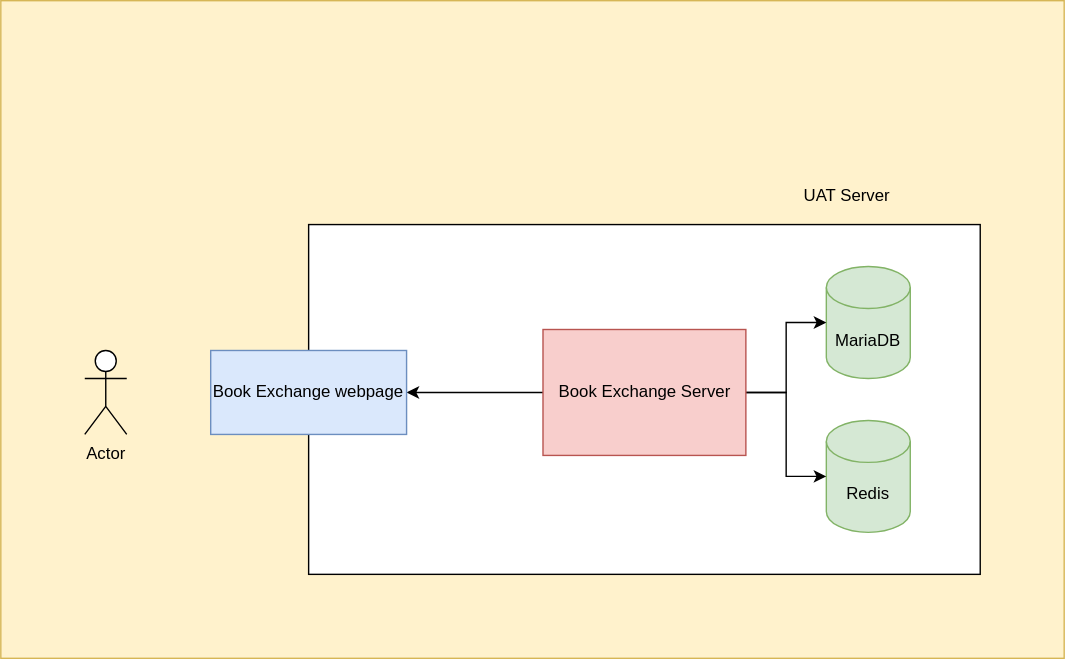
This is UML.svg from yeejiac/BookExchange_webservice, a draw.io export, as it was before one commit. Source tidied: cells renumbered, new cells last; positions are measured from the earlier drawing's top-left corner, leaving out a move shared by most shapes. Its diagram source:
```xml
<mxGraphModel>
  <root>
    <mxCell id="0" />
    <mxCell id="1" parent="0" />
    <mxCell id="2" style="rounded=0;whiteSpace=wrap;html=1;fillColor=#fff2cc;strokeColor=#d6b656;" parent="1" vertex="1">
      <mxGeometry width="760" height="470" as="geometry" />
    </mxCell>
    <mxCell id="3" style="rounded=0;whiteSpace=wrap;html=1;" parent="1" vertex="1">
      <mxGeometry x="220" y="160" width="480" height="250" as="geometry" />
    </mxCell>
    <mxCell id="4" value="MariaDB" style="shape=cylinder3;whiteSpace=wrap;html=1;boundedLbl=1;backgroundOutline=1;size=15;fillColor=#d5e8d4;strokeColor=#82b366;" parent="1" vertex="1">
      <mxGeometry x="590" y="190" width="60" height="80" as="geometry" />
    </mxCell>
    <mxCell id="5" value="Redis" style="shape=cylinder3;whiteSpace=wrap;html=1;boundedLbl=1;backgroundOutline=1;size=15;fillColor=#d5e8d4;strokeColor=#82b366;" parent="1" vertex="1">
      <mxGeometry x="590" y="300" width="60" height="80" as="geometry" />
    </mxCell>
    <mxCell id="6" style="edgeStyle=orthogonalEdgeStyle;rounded=0;jettySize=auto;html=1;" parent="1" edge="1" source="9" target="11">
      <mxGeometry relative="1" as="geometry" />
    </mxCell>
    <mxCell id="7" style="edgeStyle=orthogonalEdgeStyle;rounded=0;jettySize=auto;html=1;" parent="1" edge="1" source="9" target="4">
      <mxGeometry relative="1" as="geometry" />
    </mxCell>
    <mxCell id="8" style="edgeStyle=orthogonalEdgeStyle;rounded=0;jettySize=auto;html=1;" parent="1" edge="1" source="9" target="5">
      <mxGeometry relative="1" as="geometry" />
    </mxCell>
    <mxCell id="9" value="Book Exchange Server" style="rounded=0;whiteSpace=wrap;html=1;fillColor=#f8cecc;strokeColor=#b85450;" parent="1" vertex="1">
      <mxGeometry x="387.5" y="235" width="145" height="90" as="geometry" />
    </mxCell>
    <mxCell id="10" value="UAT Server" style="text;html=1;strokeColor=none;fillColor=none;align=center;verticalAlign=middle;whiteSpace=wrap;rounded=0;" parent="1" vertex="1">
      <mxGeometry x="550" y="130" width="110" height="20" as="geometry" />
    </mxCell>
    <mxCell id="11" value="Book Exchange webpage" style="rounded=0;whiteSpace=wrap;html=1;fillColor=#dae8fc;strokeColor=#6c8ebf;" parent="1" vertex="1">
      <mxGeometry x="150" y="250" width="140" height="60" as="geometry" />
    </mxCell>
    <mxCell id="12" value="Actor" style="shape=umlActor;verticalLabelPosition=bottom;verticalAlign=top;html=1;outlineConnect=0;" parent="1" vertex="1">
      <mxGeometry x="60" y="250" width="30" height="60" as="geometry" />
    </mxCell>
  </root>
</mxGraphModel>
```
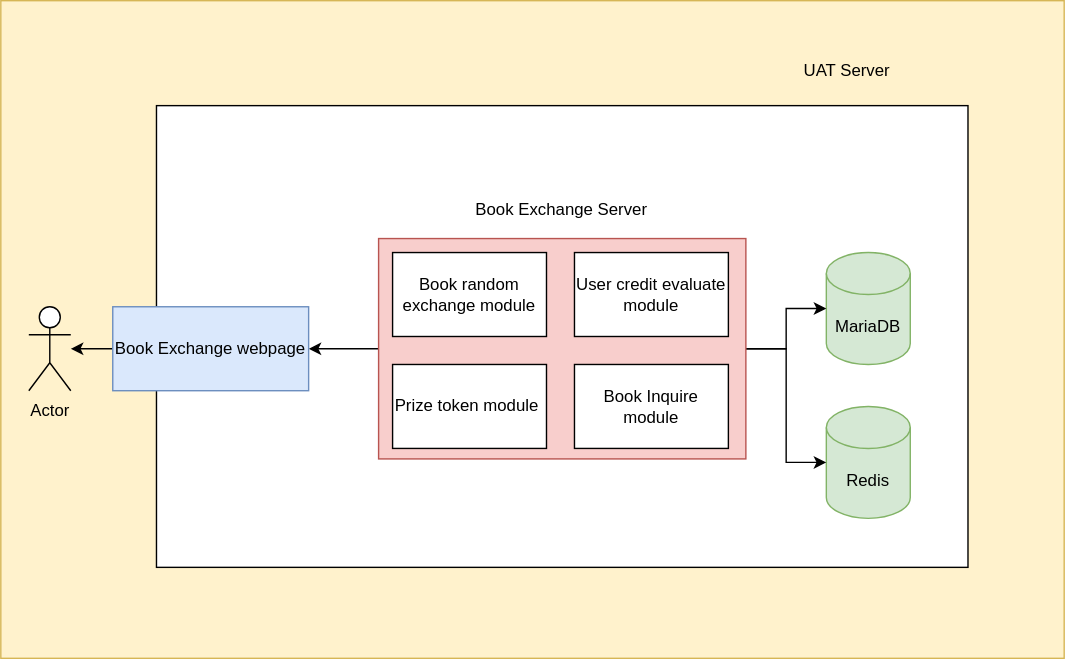
After the change.

Change to the diagram source:
```diff
@@ -3,10 +3,10 @@
     <mxCell id="0" />
     <mxCell id="1" parent="0" />
     <mxCell id="2" style="rounded=0;whiteSpace=wrap;html=1;fillColor=#fff2cc;strokeColor=#d6b656;" parent="1" vertex="1">
-      <mxGeometry width="760" height="470" as="geometry" />
+      <mxGeometry y="10" width="760" height="470" as="geometry" />
     </mxCell>
     <mxCell id="3" style="rounded=0;whiteSpace=wrap;html=1;" parent="1" vertex="1">
-      <mxGeometry x="220" y="160" width="480" height="250" as="geometry" />
+      <mxGeometry x="111.2" y="85" width="580" height="330" as="geometry" />
     </mxCell>
     <mxCell id="4" value="MariaDB" style="shape=cylinder3;whiteSpace=wrap;html=1;boundedLbl=1;backgroundOutline=1;size=15;fillColor=#d5e8d4;strokeColor=#82b366;" parent="1" vertex="1">
       <mxGeometry x="590" y="190" width="60" height="80" as="geometry" />
@@ -23,17 +23,35 @@
     <mxCell id="8" style="edgeStyle=orthogonalEdgeStyle;rounded=0;jettySize=auto;html=1;" parent="1" edge="1" source="9" target="5">
       <mxGeometry relative="1" as="geometry" />
     </mxCell>
-    <mxCell id="9" value="Book Exchange Server" style="rounded=0;whiteSpace=wrap;html=1;fillColor=#f8cecc;strokeColor=#b85450;" parent="1" vertex="1">
-      <mxGeometry x="387.5" y="235" width="145" height="90" as="geometry" />
+    <mxCell id="9" style="rounded=0;whiteSpace=wrap;html=1;fillColor=#f8cecc;strokeColor=#b85450;" parent="1" vertex="1">
+      <mxGeometry x="270" y="180" width="262.5" height="157.5" as="geometry" />
     </mxCell>
     <mxCell id="10" value="UAT Server" style="text;html=1;strokeColor=none;fillColor=none;align=center;verticalAlign=middle;whiteSpace=wrap;rounded=0;" parent="1" vertex="1">
-      <mxGeometry x="550" y="130" width="110" height="20" as="geometry" />
+      <mxGeometry x="550" y="50" width="110" height="20" as="geometry" />
     </mxCell>
+    <mxCell id="13" style="edgeStyle=orthogonalEdgeStyle;rounded=0;jettySize=auto;html=1;" parent="1" edge="1" source="11" target="12">
+      <mxGeometry relative="1" as="geometry" />
+    </mxCell>
     <mxCell id="11" value="Book Exchange webpage" style="rounded=0;whiteSpace=wrap;html=1;fillColor=#dae8fc;strokeColor=#6c8ebf;" parent="1" vertex="1">
-      <mxGeometry x="150" y="250" width="140" height="60" as="geometry" />
+      <mxGeometry x="80" y="228.8" width="140" height="60" as="geometry" />
     </mxCell>
     <mxCell id="12" value="Actor" style="shape=umlActor;verticalLabelPosition=bottom;verticalAlign=top;html=1;outlineConnect=0;" parent="1" vertex="1">
-      <mxGeometry x="60" y="250" width="30" height="60" as="geometry" />
+      <mxGeometry x="20" y="228.8" width="30" height="60" as="geometry" />
     </mxCell>
+    <mxCell id="14" value="Book Exchange Server" style="text;html=1;strokeColor=none;fillColor=none;align=center;verticalAlign=middle;whiteSpace=wrap;rounded=0;" parent="1" vertex="1">
+      <mxGeometry x="326.2" y="150" width="150" height="20" as="geometry" />
+    </mxCell>
+    <mxCell id="15" value="Book random exchange module" style="rounded=0;whiteSpace=wrap;html=1;" parent="1" vertex="1">
+      <mxGeometry x="280" y="190" width="110" height="60" as="geometry" />
+    </mxCell>
+    <mxCell id="16" value="User credit evaluate module" style="rounded=0;whiteSpace=wrap;html=1;" parent="1" vertex="1">
+      <mxGeometry x="410" y="190" width="110" height="60" as="geometry" />
+    </mxCell>
+    <mxCell id="17" value="Prize token module&amp;nbsp;" style="rounded=0;whiteSpace=wrap;html=1;" parent="1" vertex="1">
+      <mxGeometry x="280" y="270" width="110" height="60" as="geometry" />
+    </mxCell>
+    <mxCell id="18" value="Book Inquire module" style="rounded=0;whiteSpace=wrap;html=1;" parent="1" vertex="1">
+      <mxGeometry x="410" y="270" width="110" height="60" as="geometry" />
+    </mxCell>
   </root>
 </mxGraphModel>
```
